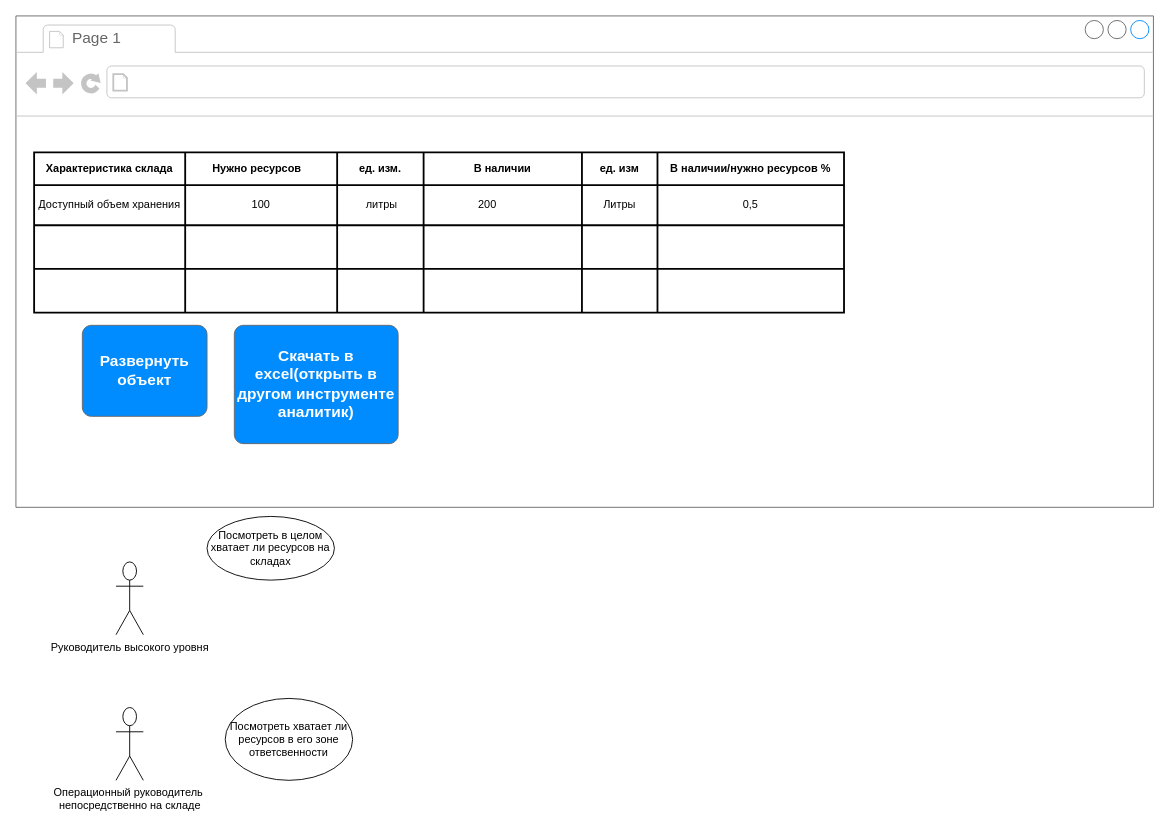
The draw.io diagram Диаграмма без названия.drawio in AntonKoltsov85/AntonKoltsov85, before the edit. Source tidied: cells renumbered, new cells numbered last; positions are measured from the earlier drawing's top-left corner, leaving out a move shared by most shapes. Both pictures are drawn from the tidied source at 91%, with x=0, y=0 at pixel (15, 15).
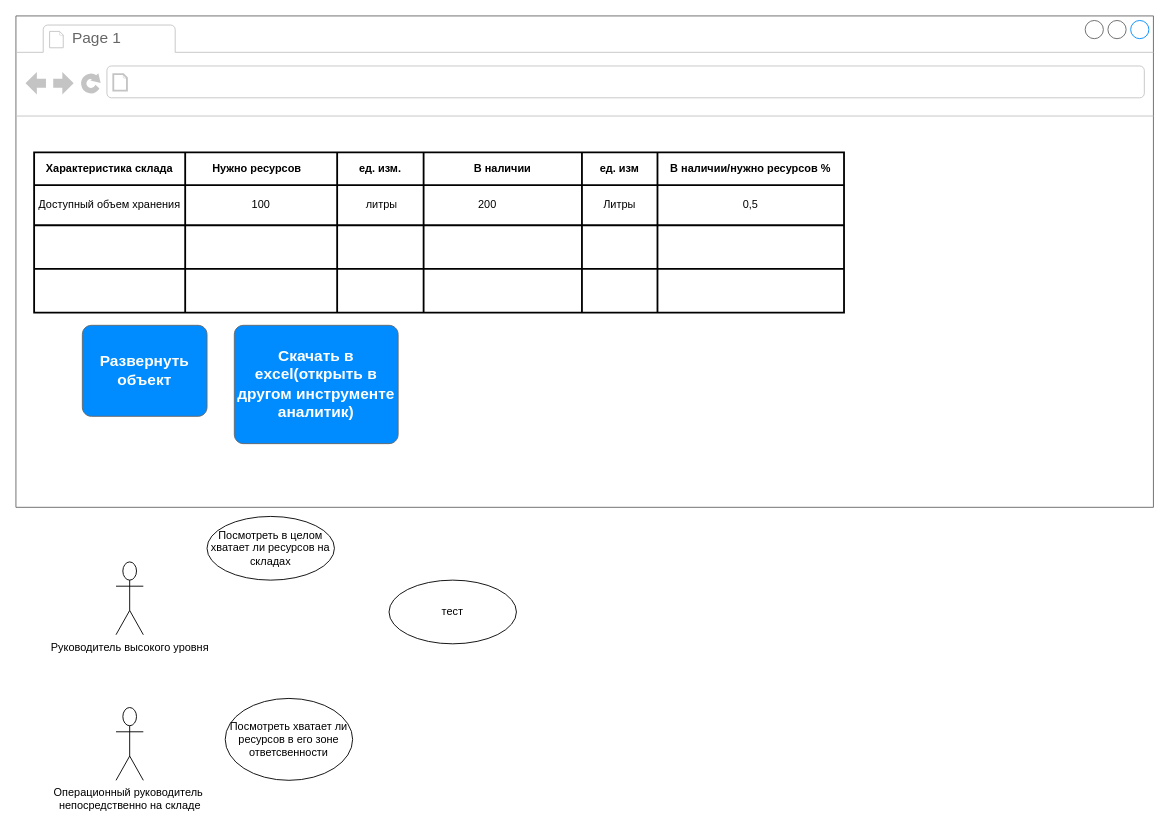
The same diagram, later.

Change to the diagram source:
```diff
@@
+    <mxCell id="40" value="тест" style="ellipse;whiteSpace=wrap;html=1;" parent="1" vertex="1">
+      <mxGeometry x="410" y="620" width="140" height="70" as="geometry" />
+    </mxCell>
```
